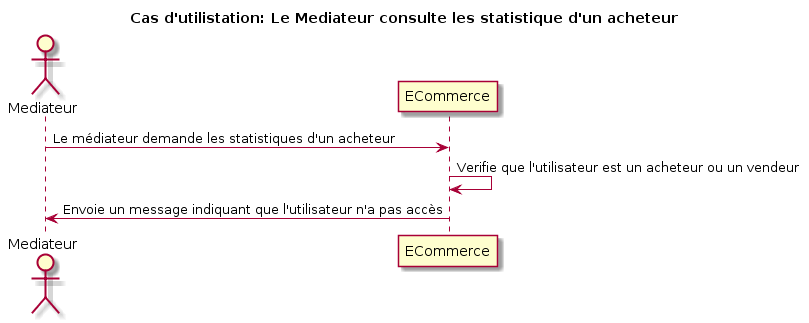
Earlier version of the PlantUML export DiagSequence/Mediateur/Consulter Statistiques/Consulte Statistiques Acheteur.png (Moinketroa/Ebayz).
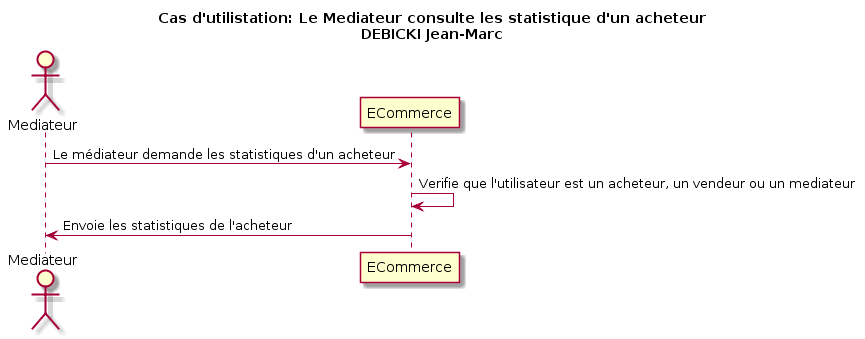
After the change.

The edit, as a diff of the source:
```diff
@@ -1,10 +1,10 @@
 @startuml
-title Cas d'utilistation: Le Mediateur consulte les statistique d'un acheteur
+title Cas d'utilistation: Le Mediateur consulte les statistique d'un acheteur\nDEBICKI Jean-Marc
 
 actor Mediateur as v
 participant ECommerce as e
 
 v -> e: Le médiateur demande les statistiques d'un acheteur
-e -> e: Verifie que l'utilisateur est un acheteur ou un vendeur
-v <- e: Envoie un message indiquant que l'utilisateur n'a pas accès
+e -> e: Verifie que l'utilisateur est un acheteur, un vendeur ou un mediateur
+v <- e: Envoie les statistiques de l'acheteur
 @enduml
```
